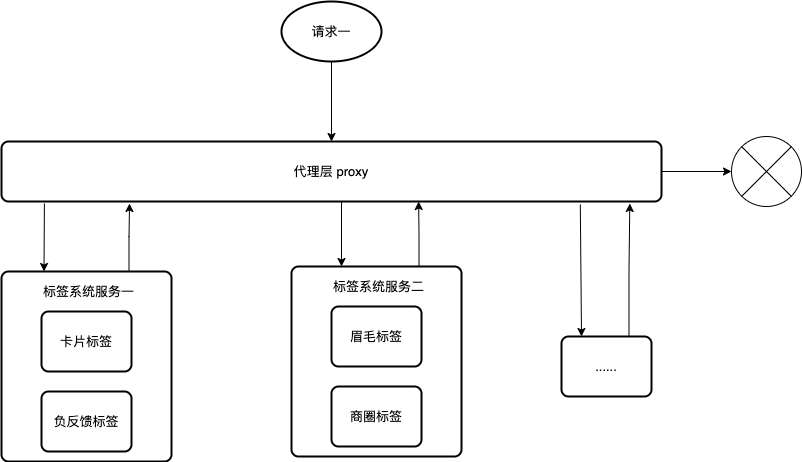
Earlier version of the draw.io export work-draw-file/标签系统代理层拆分.png (liujunao/draw-data). Source tidied: cells renumbered, new cells last; positions are measured from the earlier drawing's top-left corner, leaving out a move shared by most shapes. The source it was exported from:
```xml
<mxGraphModel>
  <root>
    <mxCell id="0" />
    <mxCell id="1" parent="0" />
    <mxCell id="2" style="edgeStyle=orthogonalEdgeStyle;rounded=0;jettySize=auto;html=1;exitX=0.5;exitY=1;exitDx=0;exitDy=0;exitPerimeter=0;" parent="1" edge="1" source="3" target="17">
      <mxGeometry relative="1" as="geometry" />
    </mxCell>
    <mxCell id="3" value="请求一" style="strokeWidth=2;html=1;shape=mxgraph.flowchart.start_1;whiteSpace=wrap;" parent="1" vertex="1">
      <mxGeometry x="280" width="100" height="60" as="geometry" />
    </mxCell>
    <mxCell id="4" style="edgeStyle=orthogonalEdgeStyle;rounded=0;jettySize=auto;html=1;exitX=0.75;exitY=0;exitDx=0;exitDy=0;entryX=0.194;entryY=1.033;entryDx=0;entryDy=0;entryPerimeter=0;" parent="1" edge="1" source="5" target="17">
      <mxGeometry relative="1" as="geometry" />
    </mxCell>
    <mxCell id="5" style="rounded=1;whiteSpace=wrap;html=1;absoluteArcSize=1;arcSize=14;strokeWidth=2;" parent="1" vertex="1">
      <mxGeometry y="270" width="170" height="190" as="geometry" />
    </mxCell>
    <mxCell id="6" value="标签系统服务一" style="text;html=1;strokeColor=none;fillColor=none;align=center;verticalAlign=middle;whiteSpace=wrap;rounded=0;" parent="1" vertex="1">
      <mxGeometry x="40" y="280" width="95" height="20" as="geometry" />
    </mxCell>
    <mxCell id="7" style="edgeStyle=orthogonalEdgeStyle;rounded=0;jettySize=auto;html=1;exitX=0.75;exitY=0;exitDx=0;exitDy=0;entryX=0.952;entryY=1.033;entryDx=0;entryDy=0;entryPerimeter=0;" parent="1" edge="1" source="8" target="17">
      <mxGeometry relative="1" as="geometry" />
    </mxCell>
    <mxCell id="8" value="......" style="rounded=1;whiteSpace=wrap;html=1;absoluteArcSize=1;arcSize=14;strokeWidth=2;" parent="1" vertex="1">
      <mxGeometry x="560" y="335" width="90" height="60" as="geometry" />
    </mxCell>
    <mxCell id="9" value="负反馈标签" style="rounded=1;whiteSpace=wrap;html=1;absoluteArcSize=1;arcSize=14;strokeWidth=2;" parent="1" vertex="1">
      <mxGeometry x="40" y="390" width="90" height="60" as="geometry" />
    </mxCell>
    <mxCell id="10" value="卡片标签" style="rounded=1;whiteSpace=wrap;html=1;absoluteArcSize=1;arcSize=14;strokeWidth=2;" parent="1" vertex="1">
      <mxGeometry x="40" y="310" width="90" height="60" as="geometry" />
    </mxCell>
    <mxCell id="11" style="edgeStyle=orthogonalEdgeStyle;rounded=0;jettySize=auto;html=1;exitX=0.75;exitY=0;exitDx=0;exitDy=0;entryX=0.632;entryY=1;entryDx=0;entryDy=0;entryPerimeter=0;" parent="1" edge="1" source="12" target="17">
      <mxGeometry relative="1" as="geometry" />
    </mxCell>
    <mxCell id="12" style="rounded=1;whiteSpace=wrap;html=1;absoluteArcSize=1;arcSize=14;strokeWidth=2;" parent="1" vertex="1">
      <mxGeometry x="290" y="265" width="170" height="190" as="geometry" />
    </mxCell>
    <mxCell id="13" value="标签系统服务二" style="text;html=1;strokeColor=none;fillColor=none;align=center;verticalAlign=middle;whiteSpace=wrap;rounded=0;" parent="1" vertex="1">
      <mxGeometry x="330" y="275" width="95" height="20" as="geometry" />
    </mxCell>
    <mxCell id="14" value="商圈标签" style="rounded=1;whiteSpace=wrap;html=1;absoluteArcSize=1;arcSize=14;strokeWidth=2;" parent="1" vertex="1">
      <mxGeometry x="330" y="385" width="90" height="60" as="geometry" />
    </mxCell>
    <mxCell id="15" value="眉毛标签" style="rounded=1;whiteSpace=wrap;html=1;absoluteArcSize=1;arcSize=14;strokeWidth=2;" parent="1" vertex="1">
      <mxGeometry x="330" y="305" width="90" height="60" as="geometry" />
    </mxCell>
    <mxCell id="16" style="edgeStyle=orthogonalEdgeStyle;rounded=0;jettySize=auto;html=1;exitX=1;exitY=0.5;exitDx=0;exitDy=0;" parent="1" edge="1" source="17" target="21">
      <mxGeometry relative="1" as="geometry" />
    </mxCell>
    <mxCell id="17" value="代理层 proxy" style="rounded=1;whiteSpace=wrap;html=1;absoluteArcSize=1;arcSize=14;strokeWidth=2;" parent="1" vertex="1">
      <mxGeometry y="140" width="660" height="60" as="geometry" />
    </mxCell>
    <mxCell id="18" style="edgeStyle=none;jettySize=auto;html=1;rounded=0;entryX=0.25;entryY=0;entryDx=0;entryDy=0;exitX=0.065;exitY=1.033;exitDx=0;exitDy=0;exitPerimeter=0;" parent="1" edge="1" source="17" target="5">
      <mxGeometry relative="1" as="geometry" />
    </mxCell>
    <mxCell id="19" style="edgeStyle=none;orthogonalLoop=1;jettySize=auto;html=1;rounded=0;entryX=0.25;entryY=0;entryDx=0;entryDy=0;" parent="1" edge="1">
      <mxGeometry relative="1" as="geometry">
        <mxPoint x="340" y="200" as="sourcePoint" />
        <mxPoint x="340" y="265" as="targetPoint" />
      </mxGeometry>
    </mxCell>
    <mxCell id="20" style="edgeStyle=none;jettySize=auto;html=1;rounded=0;entryX=0.25;entryY=0;entryDx=0;entryDy=0;exitX=0.877;exitY=1.05;exitDx=0;exitDy=0;exitPerimeter=0;" parent="1" edge="1" source="17">
      <mxGeometry relative="1" as="geometry">
        <mxPoint x="580" y="335" as="targetPoint" />
      </mxGeometry>
    </mxCell>
    <mxCell id="21" style="verticalLabelPosition=bottom;verticalAlign=top;html=1;shape=mxgraph.flowchart.or;" parent="1" vertex="1">
      <mxGeometry x="730" y="135" width="70" height="70" as="geometry" />
    </mxCell>
  </root>
</mxGraphModel>
```
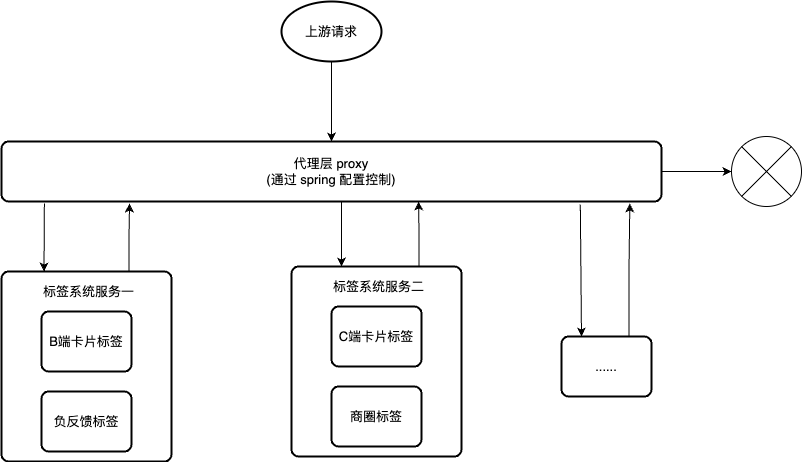
After the change.

Commit message:
更新标签系统代理层拆分.png

What changed in the source:
```diff
@@ -5,7 +5,7 @@
     <mxCell id="2" style="edgeStyle=orthogonalEdgeStyle;rounded=0;jettySize=auto;html=1;exitX=0.5;exitY=1;exitDx=0;exitDy=0;exitPerimeter=0;" parent="1" edge="1" source="3" target="17">
       <mxGeometry relative="1" as="geometry" />
     </mxCell>
-    <mxCell id="3" value="请求一" style="strokeWidth=2;html=1;shape=mxgraph.flowchart.start_1;whiteSpace=wrap;" parent="1" vertex="1">
+    <mxCell id="3" value="上游请求" style="strokeWidth=2;html=1;shape=mxgraph.flowchart.start_1;whiteSpace=wrap;" parent="1" vertex="1">
       <mxGeometry x="280" width="100" height="60" as="geometry" />
     </mxCell>
     <mxCell id="4" style="edgeStyle=orthogonalEdgeStyle;rounded=0;jettySize=auto;html=1;exitX=0.75;exitY=0;exitDx=0;exitDy=0;entryX=0.194;entryY=1.033;entryDx=0;entryDy=0;entryPerimeter=0;" parent="1" edge="1" source="5" target="17">
@@ -26,7 +26,7 @@
     <mxCell id="9" value="负反馈标签" style="rounded=1;whiteSpace=wrap;html=1;absoluteArcSize=1;arcSize=14;strokeWidth=2;" parent="1" vertex="1">
       <mxGeometry x="40" y="390" width="90" height="60" as="geometry" />
     </mxCell>
-    <mxCell id="10" value="卡片标签" style="rounded=1;whiteSpace=wrap;html=1;absoluteArcSize=1;arcSize=14;strokeWidth=2;" parent="1" vertex="1">
+    <mxCell id="10" value="B端卡片标签" style="rounded=1;whiteSpace=wrap;html=1;absoluteArcSize=1;arcSize=14;strokeWidth=2;" parent="1" vertex="1">
       <mxGeometry x="40" y="310" width="90" height="60" as="geometry" />
     </mxCell>
     <mxCell id="11" style="edgeStyle=orthogonalEdgeStyle;rounded=0;jettySize=auto;html=1;exitX=0.75;exitY=0;exitDx=0;exitDy=0;entryX=0.632;entryY=1;entryDx=0;entryDy=0;entryPerimeter=0;" parent="1" edge="1" source="12" target="17">
@@ -41,13 +41,13 @@
     <mxCell id="14" value="商圈标签" style="rounded=1;whiteSpace=wrap;html=1;absoluteArcSize=1;arcSize=14;strokeWidth=2;" parent="1" vertex="1">
       <mxGeometry x="330" y="385" width="90" height="60" as="geometry" />
     </mxCell>
-    <mxCell id="15" value="眉毛标签" style="rounded=1;whiteSpace=wrap;html=1;absoluteArcSize=1;arcSize=14;strokeWidth=2;" parent="1" vertex="1">
+    <mxCell id="15" value="C端卡片标签" style="rounded=1;whiteSpace=wrap;html=1;absoluteArcSize=1;arcSize=14;strokeWidth=2;" parent="1" vertex="1">
       <mxGeometry x="330" y="305" width="90" height="60" as="geometry" />
     </mxCell>
     <mxCell id="16" style="edgeStyle=orthogonalEdgeStyle;rounded=0;jettySize=auto;html=1;exitX=1;exitY=0.5;exitDx=0;exitDy=0;" parent="1" edge="1" source="17" target="21">
       <mxGeometry relative="1" as="geometry" />
     </mxCell>
-    <mxCell id="17" value="代理层 proxy" style="rounded=1;whiteSpace=wrap;html=1;absoluteArcSize=1;arcSize=14;strokeWidth=2;" parent="1" vertex="1">
+    <mxCell id="17" value="代理层 proxy&lt;br&gt;(通过 spring 配置控制)" style="rounded=1;whiteSpace=wrap;html=1;absoluteArcSize=1;arcSize=14;strokeWidth=2;" parent="1" vertex="1">
       <mxGeometry y="140" width="660" height="60" as="geometry" />
     </mxCell>
     <mxCell id="18" style="edgeStyle=none;jettySize=auto;html=1;rounded=0;entryX=0.25;entryY=0;entryDx=0;entryDy=0;exitX=0.065;exitY=1.033;exitDx=0;exitDy=0;exitPerimeter=0;" parent="1" edge="1" source="17" target="5">
```
